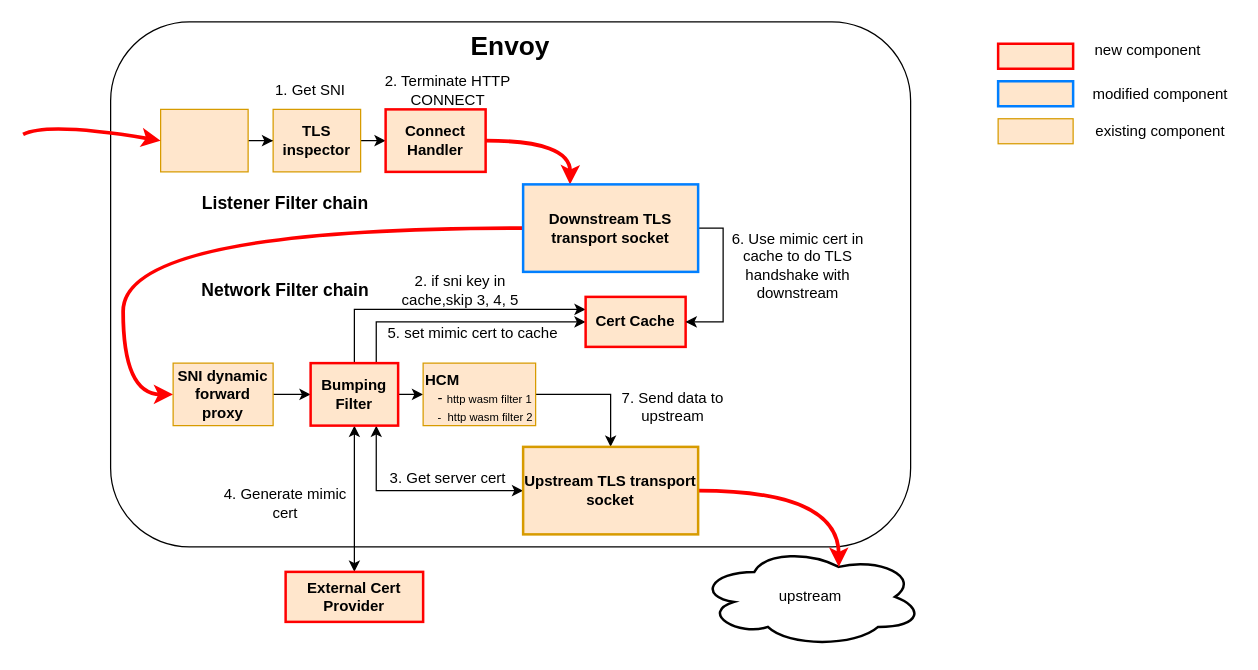
LuyaoZhong/Figures keeps this draw.io diagram as lifeof_bumping_request_expect.drawio. Above is the earlier version. Source tidied: cells renumbered, new cells numbered last; positions are measured from the earlier drawing's top-left corner, leaving out a move shared by most shapes. Both pictures are drawn from the tidied source at 125%, with x=0, y=0 at pixel (22, 21).
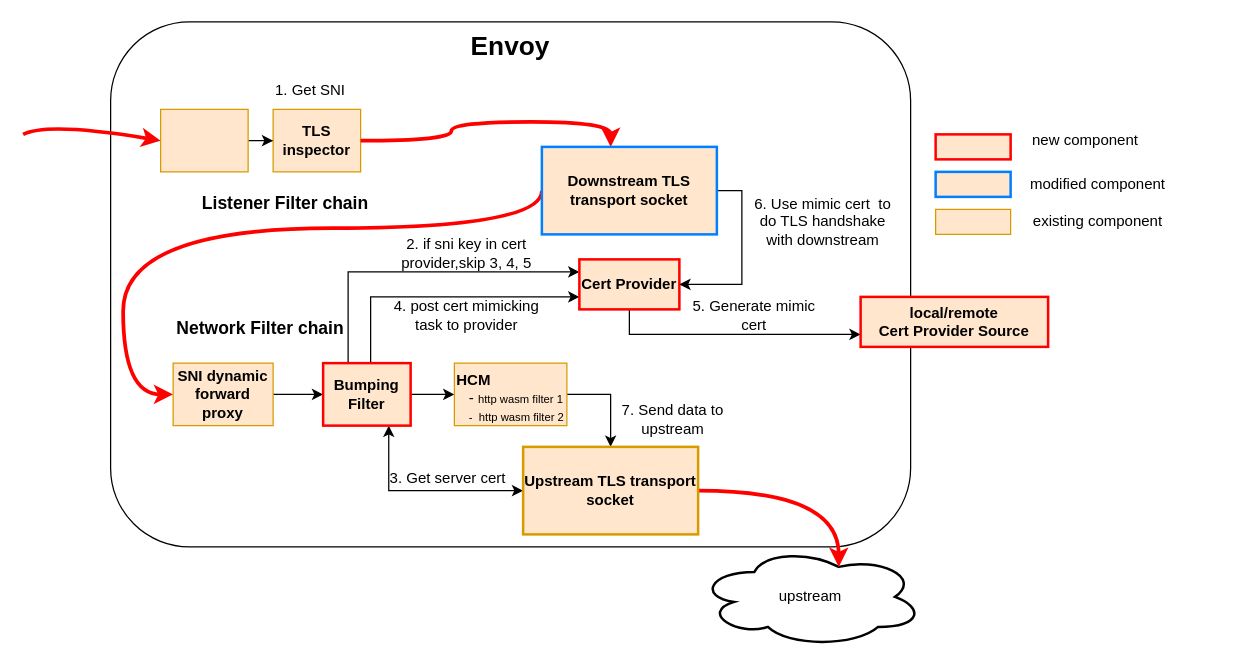
After the change.

Unchanged cells that the change refers to:
```xml
<mxCell id="6" value="TLS inspector" style="rounded=0;whiteSpace=wrap;html=1;strokeColor=#d79b00;fillColor=#ffe6cc;fontStyle=1;" parent="1" vertex="1">
  <mxGeometry x="200" y="70" width="70" height="50" as="geometry" />
</mxCell>
```

The edit, as a diff of the source:
```diff
@@
-    <mxCell id="5" style="edgeStyle=orthogonalEdgeStyle;rounded=0;jettySize=auto;html=1;exitX=1;exitY=0.5;exitDx=0;exitDy=0;" parent="1" edge="1" source="6">
-      <mxGeometry relative="1" as="geometry">
-        <mxPoint x="290" y="95" as="targetPoint" />
-      </mxGeometry>
-    </mxCell>
@@
-    <mxCell id="8" style="edgeStyle=orthogonalEdgeStyle;rounded=0;jettySize=auto;html=1;exitX=1;exitY=0.5;exitDx=0;exitDy=0;entryX=0.5;entryY=0;entryDx=0;entryDy=0;fontSize=9;curved=1;strokeWidth=3;strokeColor=#FF0000;" parent="1" edge="1" source="9">
-      <mxGeometry relative="1" as="geometry">
-        <mxPoint x="437.5" y="130" as="targetPoint" />
-      </mxGeometry>
+    <mxCell id="8" style="edgeStyle=orthogonalEdgeStyle;rounded=0;jettySize=auto;html=1;exitX=1;exitY=0.5;exitDx=0;exitDy=0;entryX=0.393;entryY=0;entryDx=0;entryDy=0;fontSize=9;curved=1;strokeWidth=3;strokeColor=#FF0000;entryPerimeter=0;" parent="1" edge="1" source="6" target="30">
+      <mxGeometry relative="1" as="geometry" />
     </mxCell>
-    <mxCell id="9" value="&lt;b&gt;Connect Handler&lt;/b&gt;" style="rounded=0;whiteSpace=wrap;html=1;fillColor=#ffe6cc;strokeColor=#FF0000;strokeWidth=2;" parent="1" vertex="1">
-      <mxGeometry x="290" y="70" width="80" height="50" as="geometry" />
-    </mxCell>
@@
-    <mxCell id="14" style="edgeStyle=orthogonalEdgeStyle;rounded=0;jettySize=auto;html=1;exitX=0.5;exitY=0;exitDx=0;exitDy=0;entryX=0;entryY=0.25;entryDx=0;entryDy=0;" parent="1" edge="1" source="18" target="25">
+    <mxCell id="14" style="edgeStyle=orthogonalEdgeStyle;rounded=0;jettySize=auto;html=1;exitX=0.25;exitY=0;exitDx=0;exitDy=0;entryX=0;entryY=0.25;entryDx=0;entryDy=0;" parent="1" edge="1" source="18" target="25">
       <mxGeometry relative="1" as="geometry">
         <Array as="points">
-          <mxPoint x="265" y="230" />
+          <mxPoint x="260" y="273" />
+          <mxPoint x="260" y="200" />
         </Array>
       </mxGeometry>
     </mxCell>
@@
-    <mxCell id="16" style="edgeStyle=orthogonalEdgeStyle;rounded=0;jettySize=auto;html=1;exitX=0.5;exitY=1;exitDx=0;exitDy=0;entryX=0.5;entryY=0;entryDx=0;entryDy=0;startArrow=classic;startFill=1;" parent="1" edge="1" source="18" target="26">
-      <mxGeometry relative="1" as="geometry" />
-    </mxCell>
-    <mxCell id="17" style="edgeStyle=orthogonalEdgeStyle;rounded=0;jettySize=auto;html=1;exitX=0.75;exitY=0;exitDx=0;exitDy=0;entryX=0;entryY=0.5;entryDx=0;entryDy=0;startArrow=none;startFill=0;strokeColor=#000000;strokeWidth=1;" parent="1" edge="1" source="18" target="25">
+    <mxCell id="17" style="edgeStyle=orthogonalEdgeStyle;rounded=0;jettySize=auto;html=1;exitX=0.5;exitY=0;exitDx=0;exitDy=0;entryX=0;entryY=0.75;entryDx=0;entryDy=0;startArrow=none;startFill=0;strokeColor=#000000;strokeWidth=1;" parent="1" edge="1" source="18" target="25">
       <mxGeometry relative="1" as="geometry">
         <Array as="points">
-          <mxPoint x="283" y="240" />
+          <mxPoint x="278" y="273" />
+          <mxPoint x="278" y="220" />
         </Array>
       </mxGeometry>
     </mxCell>
     <mxCell id="18" value="Bumping Filter" style="rounded=0;whiteSpace=wrap;html=1;strokeColor=#FF0000;fillColor=#ffe6cc;strokeWidth=2;fontStyle=1;" parent="1" vertex="1">
-      <mxGeometry x="230" y="273" width="70" height="50" as="geometry" />
+      <mxGeometry x="240" y="273" width="70" height="50" as="geometry" />
     </mxCell>
@@
     <mxCell id="20" value="&lt;b&gt;HCM&lt;br&gt;&amp;nbsp; &amp;nbsp;&lt;/b&gt;-&amp;nbsp;&lt;font style=&quot;font-size: 9px&quot;&gt;http wasm filter 1&lt;br&gt;&amp;nbsp; &amp;nbsp; -&amp;nbsp; http wasm filter 2&lt;br&gt;&lt;/font&gt;" style="rounded=0;whiteSpace=wrap;html=1;strokeColor=#d79b00;fillColor=#ffe6cc;align=left;verticalAlign=top;" parent="1" vertex="1">
-      <mxGeometry x="320" y="273" width="90" height="50" as="geometry" />
+      <mxGeometry x="345" y="273" width="90" height="50" as="geometry" />
     </mxCell>
@@
     <mxCell id="22" value="&lt;b&gt;&lt;font style=&quot;font-size: 14px&quot;&gt;Network Filter chain&lt;/font&gt;&lt;/b&gt;" style="text;html=1;strokeColor=none;fillColor=none;align=center;verticalAlign=middle;whiteSpace=wrap;rounded=0;" parent="1" vertex="1">
-      <mxGeometry x="140" y="200" width="140" height="30" as="geometry" />
+      <mxGeometry x="120" y="230" width="140" height="30" as="geometry" />
     </mxCell>
-    <mxCell id="23" value="2. Terminate HTTP CONNECT" style="text;html=1;strokeColor=none;fillColor=none;align=center;verticalAlign=middle;whiteSpace=wrap;rounded=0;" parent="1" vertex="1">
-      <mxGeometry x="280" y="40" width="120" height="30" as="geometry" />
-    </mxCell>
@@
+    <mxCell id="44" style="edgeStyle=orthogonalEdgeStyle;rounded=0;jettySize=auto;html=1;exitX=0.5;exitY=1;exitDx=0;exitDy=0;entryX=0;entryY=0.75;entryDx=0;entryDy=0;" parent="1" edge="1" source="25" target="26">
+      <mxGeometry relative="1" as="geometry" />
+    </mxCell>
-    <mxCell id="25" value="&lt;b&gt;Cert Cache&lt;/b&gt;" style="rounded=0;whiteSpace=wrap;html=1;fillColor=#ffe6cc;strokeColor=#FF0000;strokeWidth=2;" parent="1" vertex="1">
-      <mxGeometry x="450" y="220" width="80" height="40" as="geometry" />
+    <mxCell id="25" value="&lt;b&gt;Cert Provider&lt;/b&gt;" style="rounded=0;whiteSpace=wrap;html=1;fillColor=#ffe6cc;strokeColor=#FF0000;strokeWidth=2;" parent="1" vertex="1">
+      <mxGeometry x="445" y="190" width="80" height="40" as="geometry" />
     </mxCell>
-    <mxCell id="26" value="&lt;b&gt;External Cert Provider&lt;/b&gt;" style="rounded=0;whiteSpace=wrap;html=1;fillColor=#ffe6cc;strokeColor=#FF0000;strokeWidth=2;" parent="1" vertex="1">
-      <mxGeometry x="210" y="440" width="110" height="40" as="geometry" />
+    <mxCell id="26" value="&lt;b&gt;local/remote&lt;br&gt;Cert Provider Source&lt;/b&gt;" style="rounded=0;whiteSpace=wrap;html=1;fillColor=#ffe6cc;strokeColor=#FF0000;strokeWidth=2;" parent="1" vertex="1">
+      <mxGeometry x="670" y="220" width="150" height="40" as="geometry" />
     </mxCell>
     <mxCell id="27" style="rounded=0;whiteSpace=wrap;html=1;fillColor=#ffe6cc;strokeColor=#FF0000;strokeWidth=2;" parent="1" vertex="1">
-      <mxGeometry x="780" y="17.5" width="60" height="20" as="geometry" />
+      <mxGeometry x="730" y="90" width="60" height="20" as="geometry" />
     </mxCell>
     <mxCell id="28" value="new component" style="text;html=1;strokeColor=none;fillColor=none;align=center;verticalAlign=middle;whiteSpace=wrap;rounded=0;" parent="1" vertex="1">
-      <mxGeometry x="850" y="7.5" width="100" height="30" as="geometry" />
+      <mxGeometry x="800" y="80" width="100" height="30" as="geometry" />
     </mxCell>
@@
     <mxCell id="30" value="&lt;b style=&quot;&quot;&gt;Downstream TLS transport socket&lt;/b&gt;" style="rounded=0;whiteSpace=wrap;html=1;strokeColor=#007FFF;strokeWidth=2;fillColor=#ffe6cc;" parent="1" vertex="1">
-      <mxGeometry x="400" y="130" width="140" height="70" as="geometry" />
+      <mxGeometry x="415" y="100" width="140" height="70" as="geometry" />
     </mxCell>
     <mxCell id="31" style="rounded=0;whiteSpace=wrap;html=1;strokeColor=#007FFF;strokeWidth=2;fillColor=#ffe6cc;" parent="1" vertex="1">
-      <mxGeometry x="780" y="47.5" width="60" height="20" as="geometry" />
+      <mxGeometry x="730" y="120" width="60" height="20" as="geometry" />
     </mxCell>
     <mxCell id="32" value="modified component" style="text;html=1;strokeColor=none;fillColor=none;align=center;verticalAlign=middle;whiteSpace=wrap;rounded=0;" parent="1" vertex="1">
-      <mxGeometry x="850" y="42.5" width="120" height="30" as="geometry" />
+      <mxGeometry x="800" y="115" width="120" height="30" as="geometry" />
     </mxCell>
     <mxCell id="33" style="rounded=0;whiteSpace=wrap;html=1;strokeColor=#d79b00;fillColor=#ffe6cc;" parent="1" vertex="1">
-      <mxGeometry x="780" y="77.5" width="60" height="20" as="geometry" />
+      <mxGeometry x="730" y="150" width="60" height="20" as="geometry" />
     </mxCell>
     <mxCell id="34" value="existing component" style="text;html=1;strokeColor=none;fillColor=none;align=center;verticalAlign=middle;whiteSpace=wrap;rounded=0;" parent="1" vertex="1">
-      <mxGeometry x="850" y="72.5" width="120" height="30" as="geometry" />
+      <mxGeometry x="800" y="145" width="120" height="30" as="geometry" />
     </mxCell>
@@
-    <mxCell id="38" value="2. if sni key in cache,skip 3, 4, 5" style="text;html=1;strokeColor=none;fillColor=none;align=center;verticalAlign=middle;whiteSpace=wrap;rounded=0;" parent="1" vertex="1">
-      <mxGeometry x="290" y="200" width="120" height="30" as="geometry" />
+    <mxCell id="38" value="2. if sni key in cert provider,skip 3, 4, 5" style="text;html=1;strokeColor=none;fillColor=none;align=center;verticalAlign=middle;whiteSpace=wrap;rounded=0;" parent="1" vertex="1">
+      <mxGeometry x="295" y="170" width="120" height="30" as="geometry" />
     </mxCell>
@@
-    <mxCell id="40" value="4. Generate mimic &lt;br&gt;cert" style="text;html=1;strokeColor=none;fillColor=none;align=center;verticalAlign=middle;whiteSpace=wrap;rounded=0;" parent="1" vertex="1">
-      <mxGeometry x="150" y="370" width="120" height="30" as="geometry" />
+    <mxCell id="40" value="5. Generate mimic &lt;br&gt;cert" style="text;html=1;strokeColor=none;fillColor=none;align=center;verticalAlign=middle;whiteSpace=wrap;rounded=0;" parent="1" vertex="1">
+      <mxGeometry x="525" y="220" width="120" height="30" as="geometry" />
     </mxCell>
-    <mxCell id="41" value="5. set mimic cert to cache" style="text;html=1;strokeColor=none;fillColor=none;align=center;verticalAlign=middle;whiteSpace=wrap;rounded=0;" parent="1" vertex="1">
-      <mxGeometry x="290" y="234" width="140" height="30" as="geometry" />
+    <mxCell id="41" value="4. post cert mimicking task to provider" style="text;html=1;strokeColor=none;fillColor=none;align=center;verticalAlign=middle;whiteSpace=wrap;rounded=0;" parent="1" vertex="1">
+      <mxGeometry x="285" y="220" width="140" height="30" as="geometry" />
     </mxCell>
-    <mxCell id="42" value="6. Use mimic cert in cache to do TLS handshake with downstream" style="text;html=1;strokeColor=none;fillColor=none;align=center;verticalAlign=middle;whiteSpace=wrap;rounded=0;" parent="1" vertex="1">
-      <mxGeometry x="560" y="180" width="120" height="30" as="geometry" />
+    <mxCell id="42" value="6. Use mimic cert&amp;nbsp; to do TLS handshake with downstream" style="text;html=1;strokeColor=none;fillColor=none;align=center;verticalAlign=middle;whiteSpace=wrap;rounded=0;" parent="1" vertex="1">
+      <mxGeometry x="580" y="145" width="120" height="30" as="geometry" />
     </mxCell>
     <mxCell id="43" value="7. Send data to upstream" style="text;html=1;strokeColor=none;fillColor=none;align=center;verticalAlign=middle;whiteSpace=wrap;rounded=0;" parent="1" vertex="1">
-      <mxGeometry x="460" y="293" width="120" height="30" as="geometry" />
+      <mxGeometry x="460" y="303" width="120" height="30" as="geometry" />
     </mxCell>
```
